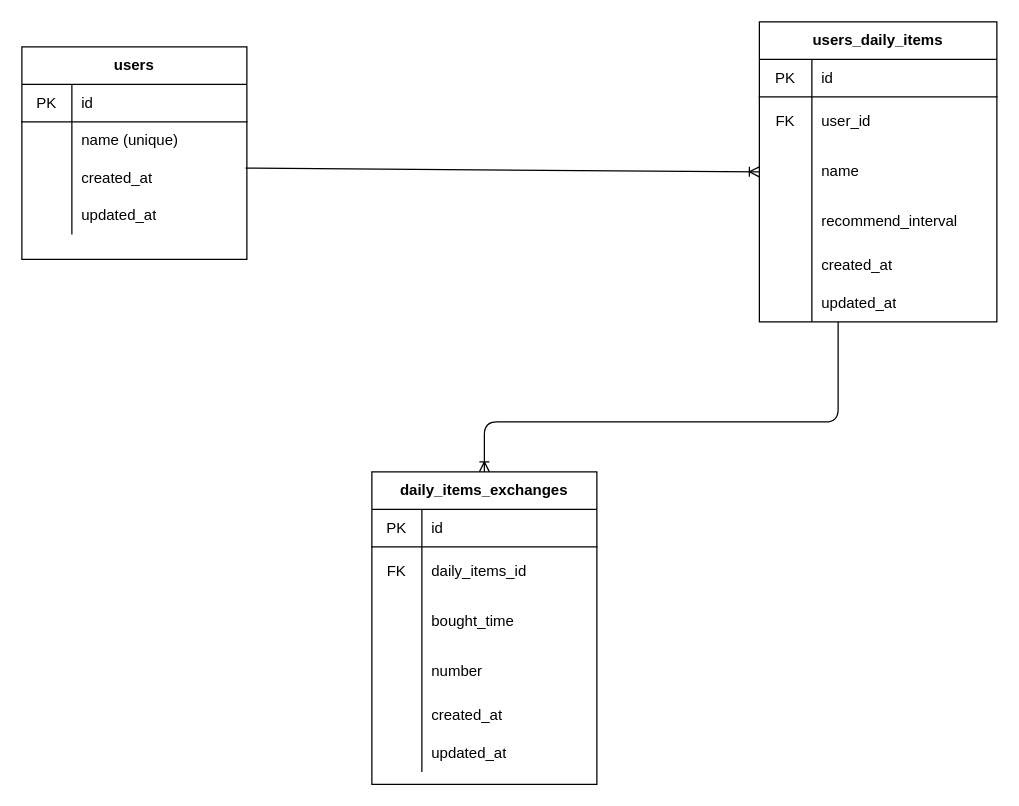
Above: design.drawio in maxkenkomoda/daily-item-insights (draw.io), before the change. Source tidied: cells renumbered, new cells numbered last; positions are measured from the earlier drawing's top-left corner, leaving out a move shared by most shapes. Both pictures are drawn from the tidied source at 125%, with x=0, y=0 at pixel (21, 21).
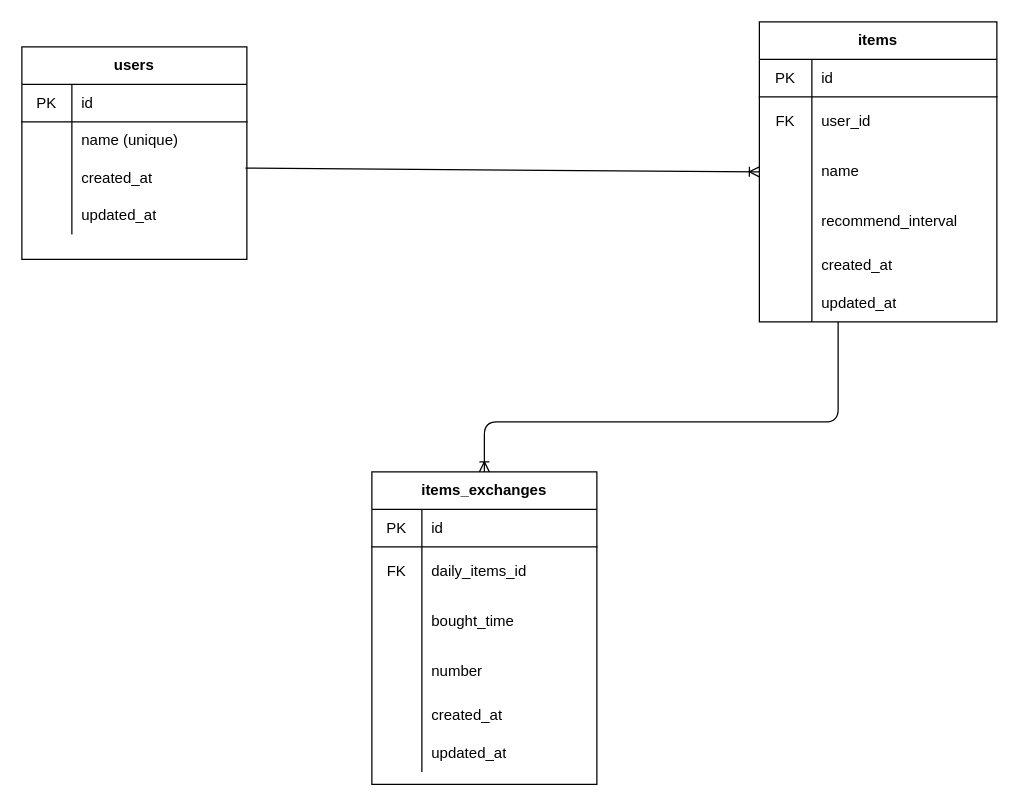
Above is the later version.

Commit message:
complete db design

What changed in the source:
```diff
@@
-    <mxCell id="15" value="users_daily_items" style="shape=table;html=1;whiteSpace=wrap;startSize=30;childLayout=tableLayout;rowLines=0;fontStyle=1;align=center;" parent="1" vertex="1">
+    <mxCell id="15" value="items" style="shape=table;html=1;whiteSpace=wrap;startSize=30;childLayout=tableLayout;rowLines=0;fontStyle=1;align=center;" parent="1" vertex="1">
       <mxGeometry x="590" width="190" height="240" as="geometry" />
     </mxCell>
@@
-    <mxCell id="34" value="daily_items_exchanges" style="shape=table;html=1;whiteSpace=wrap;startSize=30;childLayout=tableLayout;rowLines=0;fontStyle=1;align=center;" parent="1" vertex="1">
+    <mxCell id="34" value="items_exchanges" style="shape=table;html=1;whiteSpace=wrap;startSize=30;childLayout=tableLayout;rowLines=0;fontStyle=1;align=center;" parent="1" vertex="1">
       <mxGeometry x="280" y="360" width="180" height="250" as="geometry" />
     </mxCell>
```
